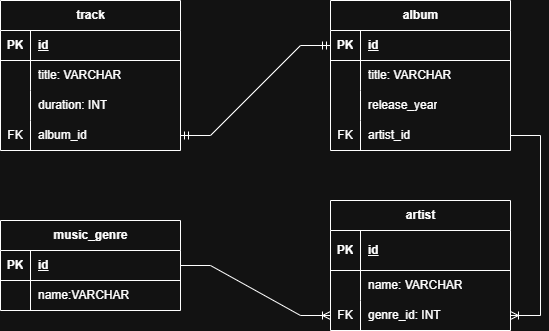
daniilblek888-art/app-data keeps this draw.io diagram as practic_1.drawio (1).png. Above is the earlier version. Source tidied: cells renumbered, new cells last; positions are measured from the earlier drawing's top-left corner, leaving out a move shared by most shapes.
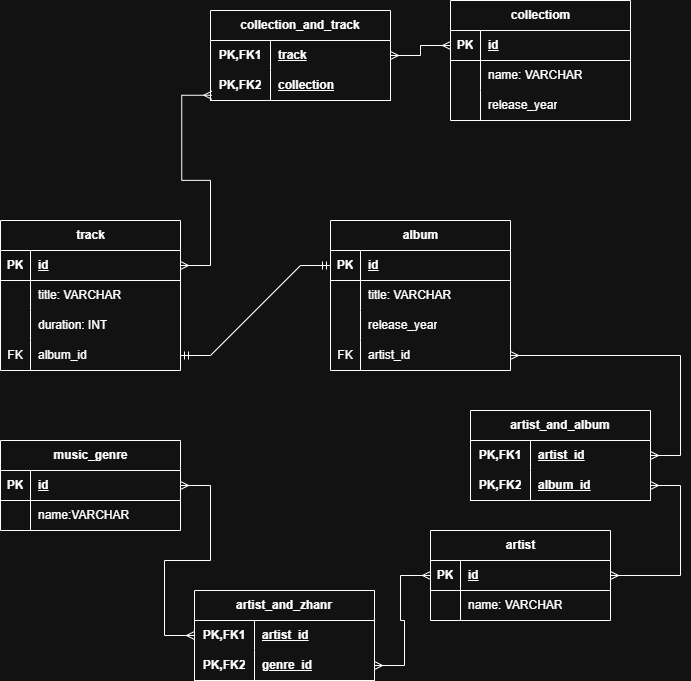
The same diagram one commit later.

Diff of the diagram source:
```diff
@@ -24,19 +24,19 @@
       <mxGeometry x="30" width="150" height="30" as="geometry" />
     </mxCell>
     <mxCell id="9" value="artist" style="shape=table;startSize=30;rowLines=0;fontStyle=1;align=center;html=1;" parent="1" vertex="1">
-      <mxGeometry x="330" y="200" width="180" height="130" as="geometry" />
+      <mxGeometry x="430" y="310" width="180" height="90" as="geometry" />
     </mxCell>
     <mxCell id="10" style="shape=tableRow;horizontal=0;startSize=0;swimlaneHead=0;swimlaneBody=0;fillColor=none;points=[[0,0.5],[1,0.5]];portConstraint=eastwest;top=0;left=0;right=0;bottom=1;" parent="9" vertex="1">
-      <mxGeometry y="30" width="180" height="40" as="geometry" />
+      <mxGeometry y="30" width="180" height="30" as="geometry" />
     </mxCell>
     <mxCell id="11" value="PK" style="shape=partialRectangle;fillColor=none;top=0;left=0;bottom=0;right=0;fontStyle=1;overflow=hidden;whiteSpace=wrap;html=1;" parent="10" vertex="1">
-      <mxGeometry width="30" height="40" as="geometry" />
+      <mxGeometry width="30" height="30" as="geometry" />
     </mxCell>
     <mxCell id="12" value="id" style="shape=partialRectangle;fillColor=none;top=0;left=0;bottom=0;right=0;align=left;spacingLeft=6;fontStyle=5;overflow=hidden;whiteSpace=wrap;html=1;" parent="10" vertex="1">
-      <mxGeometry x="30" width="150" height="40" as="geometry" />
+      <mxGeometry x="30" width="150" height="30" as="geometry" />
     </mxCell>
     <mxCell id="13" style="shape=tableRow;horizontal=0;startSize=0;swimlaneHead=0;swimlaneBody=0;fillColor=none;top=0;left=0;right=0;bottom=0;" parent="9" vertex="1">
-      <mxGeometry y="70" width="180" height="30" as="geometry" />
+      <mxGeometry y="60" width="180" height="30" as="geometry" />
     </mxCell>
     <mxCell id="14" style="shape=partialRectangle;fillColor=none;top=0;left=0;bottom=0;right=0;overflow=hidden;whiteSpace=wrap;html=1;" parent="13" vertex="1">
       <mxGeometry width="30" height="30" as="geometry" />
@@ -44,21 +44,6 @@
     <mxCell id="15" value="name: VARCHAR" style="shape=partialRectangle;fillColor=none;top=0;left=0;bottom=0;right=0;align=left;spacingLeft=6;overflow=hidden;whiteSpace=wrap;html=1;" parent="13" vertex="1">
       <mxGeometry x="30" width="150" height="30" as="geometry" />
     </mxCell>
-    <mxCell id="16" style="shape=tableRow;horizontal=0;startSize=0;swimlaneHead=0;swimlaneBody=0;fillColor=none;points=[[0,0.5],[1,0.5]];portConstraint=eastwest;top=0;left=0;right=0;bottom=0;" parent="9" vertex="1">
-      <mxGeometry y="100" width="180" height="30" as="geometry" />
-    </mxCell>
-    <mxCell id="17" value="FK" style="shape=partialRectangle;fillColor=none;top=0;left=0;bottom=0;right=0;overflow=hidden;whiteSpace=wrap;html=1;" parent="16" vertex="1">
-      <mxGeometry width="30" height="30" as="geometry" />
-    </mxCell>
-    <mxCell id="18" value="genre_id: INT" style="shape=partialRectangle;fillColor=none;top=0;left=0;bottom=0;right=0;align=left;spacingLeft=6;overflow=hidden;whiteSpace=wrap;html=1;" parent="16" vertex="1">
-      <mxGeometry x="30" width="150" height="30" as="geometry" />
-    </mxCell>
-    <mxCell id="19" style="edgeStyle=entityRelationEdgeStyle;fontSize=12;html=1;endArrow=ERoneToMany;rounded=0;" parent="1" edge="1" source="3" target="16">
-      <mxGeometry relative="1" as="geometry" />
-    </mxCell>
-    <mxCell id="20" style="edgeStyle=entityRelationEdgeStyle;fontSize=12;html=1;endArrow=ERoneToMany;rounded=0;exitX=1;exitY=0.5;exitDx=0;exitDy=0;" parent="1" edge="1" source="31" target="16">
-      <mxGeometry relative="1" as="geometry" />
-    </mxCell>
     <mxCell id="21" value="album" style="shape=table;startSize=30;rowLines=0;fontStyle=1;align=center;html=1;" parent="1" vertex="1">
       <mxGeometry x="330" width="180" height="150" as="geometry" />
     </mxCell>
@@ -140,5 +125,116 @@
     <mxCell id="47" value="album_id" style="shape=partialRectangle;fillColor=none;top=0;left=0;bottom=0;right=0;align=left;spacingLeft=6;overflow=hidden;whiteSpace=wrap;html=1;" parent="45" vertex="1">
       <mxGeometry x="30" width="150" height="30" as="geometry" />
     </mxCell>
+    <mxCell id="48" value="artist_and_zhanr" style="shape=table;startSize=30;rowLines=0;fontStyle=1;align=center;html=1;whiteSpace=wrap;" parent="1" vertex="1">
+      <mxGeometry x="194" y="370" width="180" height="90" as="geometry" />
+    </mxCell>
+    <mxCell id="49" style="shape=tableRow;horizontal=0;startSize=0;swimlaneHead=0;swimlaneBody=0;fillColor=none;points=[[0,0.5],[1,0.5]];portConstraint=eastwest;top=0;left=0;right=0;bottom=0;html=1;" parent="48" vertex="1">
+      <mxGeometry y="30" width="180" height="30" as="geometry" />
+    </mxCell>
+    <mxCell id="50" value="PK,FK1" style="shape=partialRectangle;fillColor=none;top=0;left=0;bottom=0;right=0;fontStyle=1;overflow=hidden;html=1;whiteSpace=wrap;" parent="49" vertex="1">
+      <mxGeometry width="60" height="30" as="geometry" />
+    </mxCell>
+    <mxCell id="51" value="artist_id" style="shape=partialRectangle;fillColor=none;top=0;left=0;bottom=0;right=0;align=left;spacingLeft=6;fontStyle=5;overflow=hidden;html=1;whiteSpace=wrap;" parent="49" vertex="1">
+      <mxGeometry x="60" width="120" height="30" as="geometry" />
+    </mxCell>
+    <mxCell id="52" style="shape=tableRow;horizontal=0;startSize=0;swimlaneHead=0;swimlaneBody=0;fillColor=none;points=[[0,0.5],[1,0.5]];portConstraint=eastwest;top=0;left=0;right=0;bottom=1;html=1;" parent="48" vertex="1">
+      <mxGeometry y="60" width="180" height="30" as="geometry" />
+    </mxCell>
+    <mxCell id="53" value="PK,FK2" style="shape=partialRectangle;fillColor=none;top=0;left=0;bottom=0;right=0;fontStyle=1;overflow=hidden;html=1;whiteSpace=wrap;" parent="52" vertex="1">
+      <mxGeometry width="60" height="30" as="geometry" />
+    </mxCell>
+    <mxCell id="54" value="genre_id" style="shape=partialRectangle;fillColor=none;top=0;left=0;bottom=0;right=0;align=left;spacingLeft=6;fontStyle=5;overflow=hidden;html=1;whiteSpace=wrap;" parent="52" vertex="1">
+      <mxGeometry x="60" width="120" height="30" as="geometry" />
+    </mxCell>
+    <mxCell id="55" style="edgeStyle=entityRelationEdgeStyle;fontSize=12;html=1;endArrow=ERmany;startArrow=ERmany;rounded=0;" parent="1" edge="1" source="2" target="49">
+      <mxGeometry relative="1" as="geometry" />
+    </mxCell>
+    <mxCell id="56" style="edgeStyle=entityRelationEdgeStyle;fontSize=12;html=1;endArrow=ERmany;startArrow=ERmany;rounded=0;" parent="1" edge="1" source="52" target="10">
+      <mxGeometry relative="1" as="geometry" />
+    </mxCell>
+    <mxCell id="57" value="artist_and_album" style="shape=table;startSize=30;rowLines=0;fontStyle=1;align=center;html=1;whiteSpace=wrap;" parent="1" vertex="1">
+      <mxGeometry x="470" y="190" width="180" height="90" as="geometry" />
+    </mxCell>
+    <mxCell id="58" style="shape=tableRow;horizontal=0;startSize=0;swimlaneHead=0;swimlaneBody=0;fillColor=none;points=[[0,0.5],[1,0.5]];portConstraint=eastwest;top=0;left=0;right=0;bottom=0;html=1;" parent="57" vertex="1">
+      <mxGeometry y="30" width="180" height="30" as="geometry" />
+    </mxCell>
+    <mxCell id="59" value="PK,FK1" style="shape=partialRectangle;fillColor=none;top=0;left=0;bottom=0;right=0;fontStyle=1;overflow=hidden;html=1;whiteSpace=wrap;" parent="58" vertex="1">
+      <mxGeometry width="60" height="30" as="geometry" />
+    </mxCell>
+    <mxCell id="60" value="artist_id" style="shape=partialRectangle;fillColor=none;top=0;left=0;bottom=0;right=0;align=left;spacingLeft=6;fontStyle=5;overflow=hidden;html=1;whiteSpace=wrap;" parent="58" vertex="1">
+      <mxGeometry x="60" width="120" height="30" as="geometry" />
+    </mxCell>
+    <mxCell id="61" style="shape=tableRow;horizontal=0;startSize=0;swimlaneHead=0;swimlaneBody=0;fillColor=none;points=[[0,0.5],[1,0.5]];portConstraint=eastwest;top=0;left=0;right=0;bottom=1;html=1;" parent="57" vertex="1">
+      <mxGeometry y="60" width="180" height="30" as="geometry" />
+    </mxCell>
+    <mxCell id="62" value="PK,FK2" style="shape=partialRectangle;fillColor=none;top=0;left=0;bottom=0;right=0;fontStyle=1;overflow=hidden;html=1;whiteSpace=wrap;" parent="61" vertex="1">
+      <mxGeometry width="60" height="30" as="geometry" />
+    </mxCell>
+    <mxCell id="63" value="album_id" style="shape=partialRectangle;fillColor=none;top=0;left=0;bottom=0;right=0;align=left;spacingLeft=6;fontStyle=5;overflow=hidden;html=1;whiteSpace=wrap;" parent="61" vertex="1">
+      <mxGeometry x="60" width="120" height="30" as="geometry" />
+    </mxCell>
+    <mxCell id="64" style="edgeStyle=entityRelationEdgeStyle;fontSize=12;html=1;endArrow=ERmany;startArrow=ERmany;rounded=0;" parent="1" edge="1" source="58" target="31">
+      <mxGeometry relative="1" as="geometry" />
+    </mxCell>
+    <mxCell id="65" style="edgeStyle=entityRelationEdgeStyle;fontSize=12;html=1;endArrow=ERmany;startArrow=ERmany;rounded=0;" parent="1" edge="1" source="10" target="61">
+      <mxGeometry relative="1" as="geometry" />
+    </mxCell>
+    <mxCell id="66" value="collectiom" style="shape=table;startSize=30;rowLines=0;fontStyle=1;align=center;html=1;" parent="1" vertex="1">
+      <mxGeometry x="450" y="-220" width="180" height="120" as="geometry" />
+    </mxCell>
+    <mxCell id="67" style="shape=tableRow;horizontal=0;startSize=0;swimlaneHead=0;swimlaneBody=0;fillColor=none;points=[[0,0.5],[1,0.5]];portConstraint=eastwest;top=0;left=0;right=0;bottom=1;" parent="66" vertex="1">
+      <mxGeometry y="30" width="180" height="30" as="geometry" />
+    </mxCell>
+    <mxCell id="68" value="PK" style="shape=partialRectangle;fillColor=none;top=0;left=0;bottom=0;right=0;fontStyle=1;overflow=hidden;whiteSpace=wrap;html=1;" parent="67" vertex="1">
+      <mxGeometry width="30" height="30" as="geometry" />
+    </mxCell>
+    <mxCell id="69" value="id" style="shape=partialRectangle;fillColor=none;top=0;left=0;bottom=0;right=0;align=left;spacingLeft=6;fontStyle=5;overflow=hidden;whiteSpace=wrap;html=1;" parent="67" vertex="1">
+      <mxGeometry x="30" width="150" height="30" as="geometry" />
+    </mxCell>
+    <mxCell id="70" style="shape=tableRow;horizontal=0;startSize=0;swimlaneHead=0;swimlaneBody=0;fillColor=none;top=0;left=0;right=0;bottom=0;" parent="66" vertex="1">
+      <mxGeometry y="60" width="180" height="30" as="geometry" />
+    </mxCell>
+    <mxCell id="71" style="shape=partialRectangle;fillColor=none;top=0;left=0;bottom=0;right=0;overflow=hidden;whiteSpace=wrap;html=1;" parent="70" vertex="1">
+      <mxGeometry width="30" height="30" as="geometry" />
+    </mxCell>
+    <mxCell id="72" value="name: VARCHAR" style="shape=partialRectangle;fillColor=none;top=0;left=0;bottom=0;right=0;align=left;spacingLeft=6;overflow=hidden;whiteSpace=wrap;html=1;" parent="70" vertex="1">
+      <mxGeometry x="30" width="150" height="30" as="geometry" />
+    </mxCell>
+    <mxCell id="73" style="shape=tableRow;horizontal=0;startSize=0;swimlaneHead=0;swimlaneBody=0;fillColor=none;top=0;left=0;right=0;bottom=0;" parent="66" vertex="1">
+      <mxGeometry y="90" width="180" height="30" as="geometry" />
+    </mxCell>
+    <mxCell id="74" style="shape=partialRectangle;fillColor=none;top=0;left=0;bottom=0;right=0;overflow=hidden;whiteSpace=wrap;html=1;" parent="73" vertex="1">
+      <mxGeometry width="30" height="30" as="geometry" />
+    </mxCell>
+    <mxCell id="75" value="release_year" style="shape=partialRectangle;fillColor=none;top=0;left=0;bottom=0;right=0;align=left;spacingLeft=6;overflow=hidden;whiteSpace=wrap;html=1;" parent="73" vertex="1">
+      <mxGeometry x="30" width="150" height="30" as="geometry" />
+    </mxCell>
+    <mxCell id="76" value="collection_and_track" style="shape=table;startSize=30;rowLines=0;fontStyle=1;align=center;html=1;whiteSpace=wrap;" parent="1" vertex="1">
+      <mxGeometry x="210" y="-210" width="180" height="90" as="geometry" />
+    </mxCell>
+    <mxCell id="77" style="shape=tableRow;horizontal=0;startSize=0;swimlaneHead=0;swimlaneBody=0;fillColor=none;points=[[0,0.5],[1,0.5]];portConstraint=eastwest;top=0;left=0;right=0;bottom=0;html=1;" parent="76" vertex="1">
+      <mxGeometry y="30" width="180" height="30" as="geometry" />
+    </mxCell>
+    <mxCell id="78" value="PK,FK1" style="shape=partialRectangle;fillColor=none;top=0;left=0;bottom=0;right=0;fontStyle=1;overflow=hidden;html=1;whiteSpace=wrap;" parent="77" vertex="1">
+      <mxGeometry width="60" height="30" as="geometry" />
+    </mxCell>
+    <mxCell id="79" value="track" style="shape=partialRectangle;fillColor=none;top=0;left=0;bottom=0;right=0;align=left;spacingLeft=6;fontStyle=5;overflow=hidden;html=1;whiteSpace=wrap;" parent="77" vertex="1">
+      <mxGeometry x="60" width="120" height="30" as="geometry" />
+    </mxCell>
+    <mxCell id="80" style="shape=tableRow;horizontal=0;startSize=0;swimlaneHead=0;swimlaneBody=0;fillColor=none;points=[[0,0.5],[1,0.5]];portConstraint=eastwest;top=0;left=0;right=0;bottom=1;html=1;" parent="76" vertex="1">
+      <mxGeometry y="60" width="180" height="30" as="geometry" />
+    </mxCell>
+    <mxCell id="81" value="PK,FK2" style="shape=partialRectangle;fillColor=none;top=0;left=0;bottom=0;right=0;fontStyle=1;overflow=hidden;html=1;whiteSpace=wrap;" parent="80" vertex="1">
+      <mxGeometry width="60" height="30" as="geometry" />
+    </mxCell>
+    <mxCell id="82" value="collection" style="shape=partialRectangle;fillColor=none;top=0;left=0;bottom=0;right=0;align=left;spacingLeft=6;fontStyle=5;overflow=hidden;html=1;whiteSpace=wrap;" parent="80" vertex="1">
+      <mxGeometry x="60" width="120" height="30" as="geometry" />
+    </mxCell>
+    <mxCell id="83" style="edgeStyle=entityRelationEdgeStyle;fontSize=12;html=1;endArrow=ERmany;startArrow=ERmany;rounded=0;entryX=0.007;entryY=0.825;entryDx=0;entryDy=0;entryPerimeter=0;" parent="1" edge="1" source="36" target="80">
+      <mxGeometry relative="1" as="geometry" />
+    </mxCell>
+    <mxCell id="84" style="edgeStyle=entityRelationEdgeStyle;fontSize=12;html=1;endArrow=ERmany;startArrow=ERmany;rounded=0;" parent="1" edge="1" source="77" target="67">
+      <mxGeometry relative="1" as="geometry" />
+    </mxCell>
   </root>
 </mxGraphModel>
```
